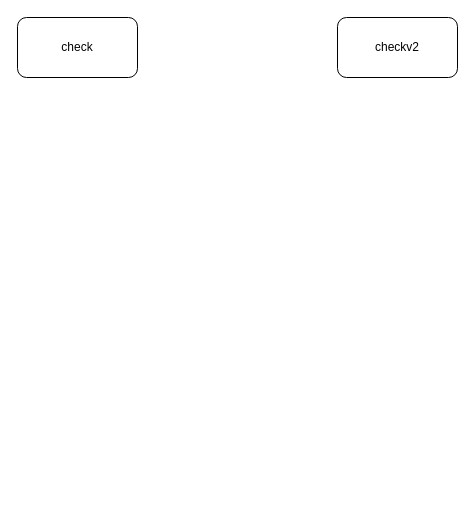
Earlier version of the draw.io diagram check逻辑.drawio (wupei-w/diagrams). Source tidied: cells renumbered, new cells numbered last; positions are measured from the earlier drawing's top-left corner, leaving out a move shared by most shapes. Both pictures are drawn from the tidied source at 100%, with x=0, y=0 at pixel (17, 17).
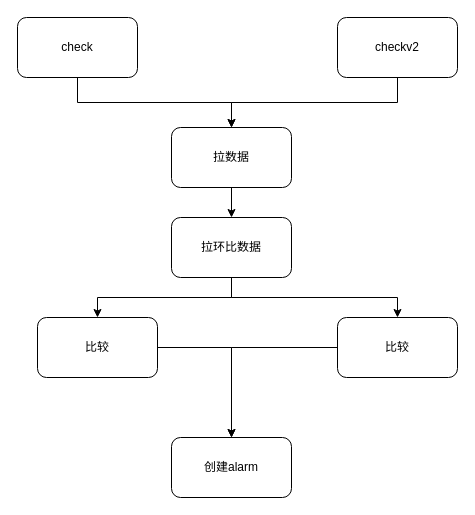
The same page after the edit.

Change to the diagram source:
```diff
@@
 <mxGraphModel>
   <root>
     <mxCell id="0" />
     <mxCell id="1" parent="0" />
+    <mxCell id="4" style="edgeStyle=orthogonalEdgeStyle;rounded=0;jettySize=auto;html=1;exitX=0.5;exitY=1;exitDx=0;exitDy=0;entryX=0.5;entryY=0;entryDx=0;entryDy=0;" parent="1" edge="1" source="2" target="10">
+      <mxGeometry relative="1" as="geometry" />
+    </mxCell>
     <mxCell id="2" value="check" style="rounded=1;whiteSpace=wrap;html=1;" parent="1" vertex="1">
       <mxGeometry width="120" height="60" as="geometry" />
     </mxCell>
+    <mxCell id="5" style="edgeStyle=orthogonalEdgeStyle;rounded=0;jettySize=auto;html=1;exitX=0.5;exitY=1;exitDx=0;exitDy=0;entryX=0.5;entryY=0;entryDx=0;entryDy=0;" parent="1" edge="1" source="3" target="10">
+      <mxGeometry relative="1" as="geometry" />
+    </mxCell>
     <mxCell id="3" value="checkv2" style="rounded=1;whiteSpace=wrap;html=1;" parent="1" vertex="1">
       <mxGeometry x="320" width="120" height="60" as="geometry" />
     </mxCell>
+    <mxCell id="6" style="edgeStyle=orthogonalEdgeStyle;rounded=0;jettySize=auto;html=1;exitX=0.5;exitY=1;exitDx=0;exitDy=0;" parent="1" edge="1" source="8" target="12">
+      <mxGeometry relative="1" as="geometry" />
+    </mxCell>
+    <mxCell id="7" style="edgeStyle=orthogonalEdgeStyle;rounded=0;jettySize=auto;html=1;exitX=0.5;exitY=1;exitDx=0;exitDy=0;entryX=0.5;entryY=0;entryDx=0;entryDy=0;" parent="1" edge="1" source="8" target="14">
+      <mxGeometry relative="1" as="geometry" />
+    </mxCell>
+    <mxCell id="8" value="拉环比数据" style="rounded=1;whiteSpace=wrap;html=1;" parent="1" vertex="1">
+      <mxGeometry x="154" y="200" width="120" height="60" as="geometry" />
+    </mxCell>
+    <mxCell id="9" style="edgeStyle=orthogonalEdgeStyle;rounded=0;jettySize=auto;html=1;" parent="1" edge="1" source="10" target="8">
+      <mxGeometry relative="1" as="geometry" />
+    </mxCell>
+    <mxCell id="10" value="拉数据" style="rounded=1;whiteSpace=wrap;html=1;" parent="1" vertex="1">
+      <mxGeometry x="154" y="110" width="120" height="60" as="geometry" />
+    </mxCell>
+    <mxCell id="11" style="edgeStyle=orthogonalEdgeStyle;rounded=0;jettySize=auto;html=1;entryX=0.5;entryY=0;entryDx=0;entryDy=0;" parent="1" edge="1" source="12" target="15">
+      <mxGeometry relative="1" as="geometry" />
+    </mxCell>
+    <mxCell id="12" value="比较" style="rounded=1;whiteSpace=wrap;html=1;" parent="1" vertex="1">
+      <mxGeometry x="20" y="300" width="120" height="60" as="geometry" />
+    </mxCell>
+    <mxCell id="13" style="edgeStyle=orthogonalEdgeStyle;rounded=0;jettySize=auto;html=1;exitX=0;exitY=0.5;exitDx=0;exitDy=0;entryX=0.5;entryY=0;entryDx=0;entryDy=0;" parent="1" edge="1" source="14" target="15">
+      <mxGeometry relative="1" as="geometry" />
+    </mxCell>
+    <mxCell id="14" value="比较" style="rounded=1;whiteSpace=wrap;html=1;" parent="1" vertex="1">
+      <mxGeometry x="320" y="300" width="120" height="60" as="geometry" />
+    </mxCell>
+    <mxCell id="15" value="创建alarm" style="rounded=1;whiteSpace=wrap;html=1;" parent="1" vertex="1">
+      <mxGeometry x="154" y="420" width="120" height="60" as="geometry" />
+    </mxCell>
   </root>
 </mxGraphModel>
```
